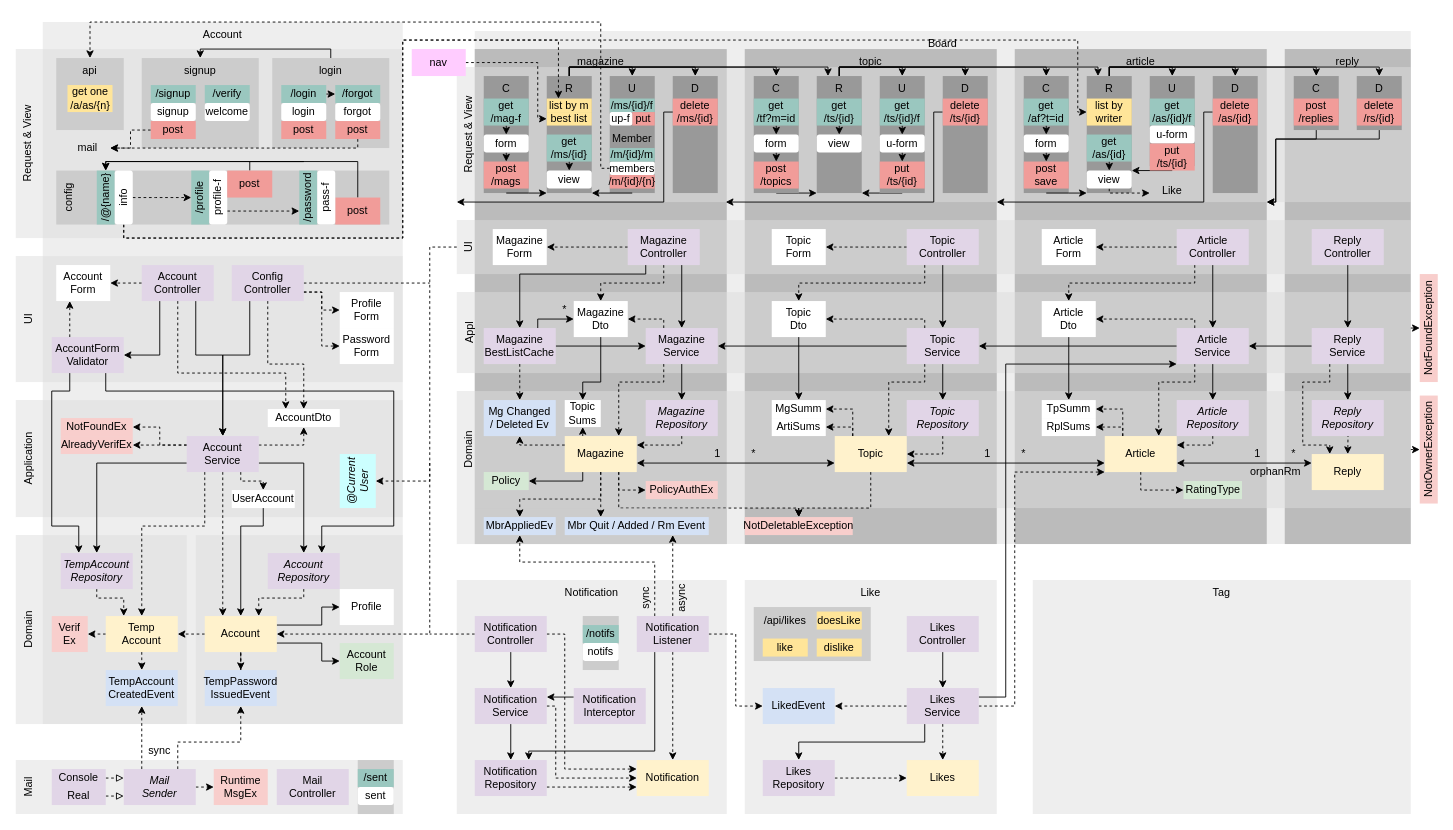
This is diagram.drawio from suloginscene/dinner, a draw.io file, before an edit. Source tidied: cells renumbered, new cells numbered last; positions are measured from the earlier drawing's top-left corner, leaving out a move shared by most shapes. Both pictures are drawn from the tidied source at 90%, with x=0, y=0 at pixel (15, 22).
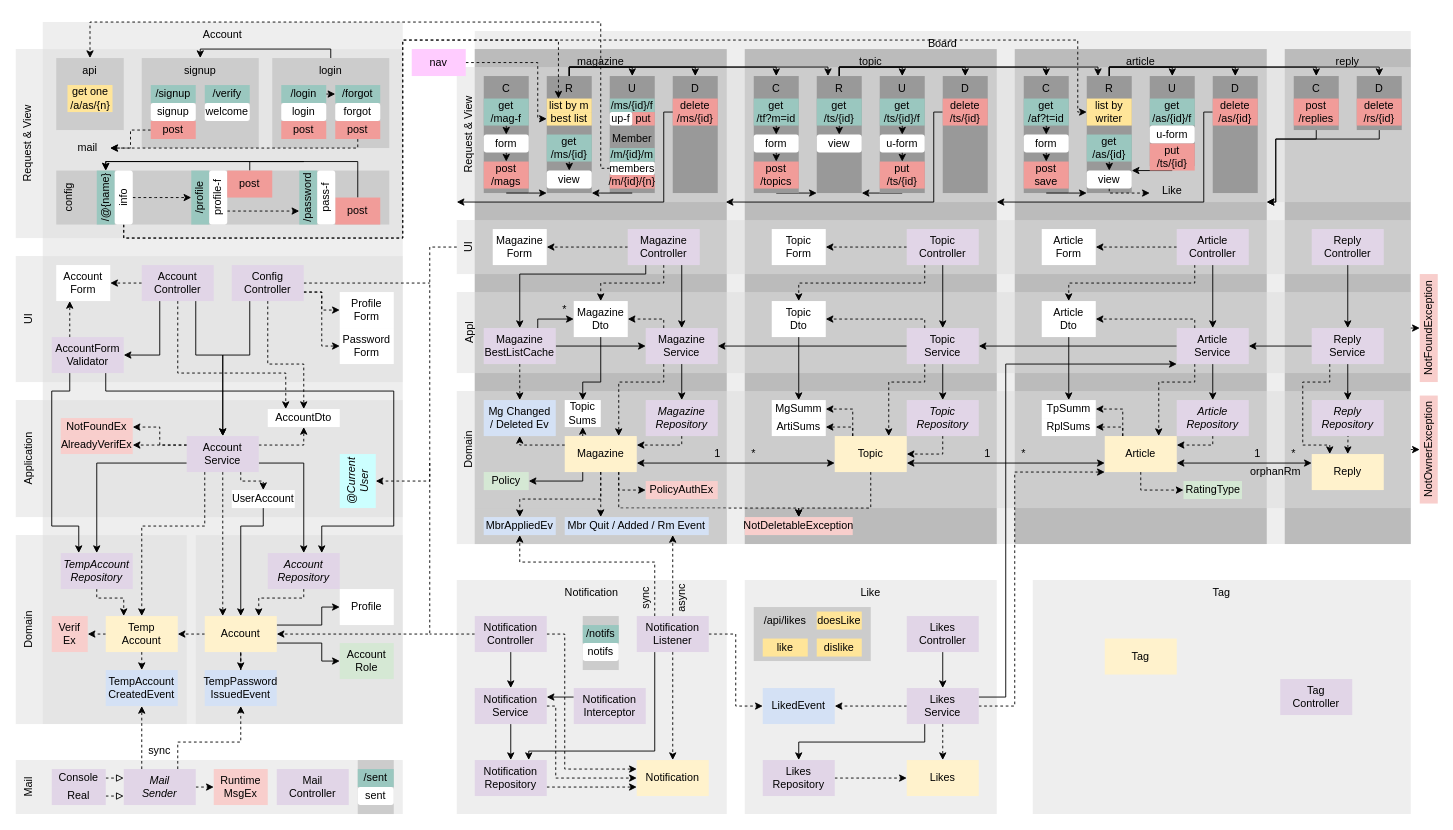
The same page after the edit.

The edit, as a diff of the source:
```diff
@@
+    <mxCell id="354" value="Tag&lt;br&gt;Controller" style="rounded=0;whiteSpace=wrap;html=1;strokeColor=none;fillColor=#E1D5E7;" parent="1" vertex="1">
+      <mxGeometry x="1405" y="730" width="80" height="40" as="geometry" />
+    </mxCell>
+    <mxCell id="355" value="Tag" style="rounded=0;whiteSpace=wrap;html=1;strokeColor=none;fillColor=#FFF2CC;" parent="1" vertex="1">
+      <mxGeometry x="1210" y="685" width="80" height="40" as="geometry" />
+    </mxCell>
```
